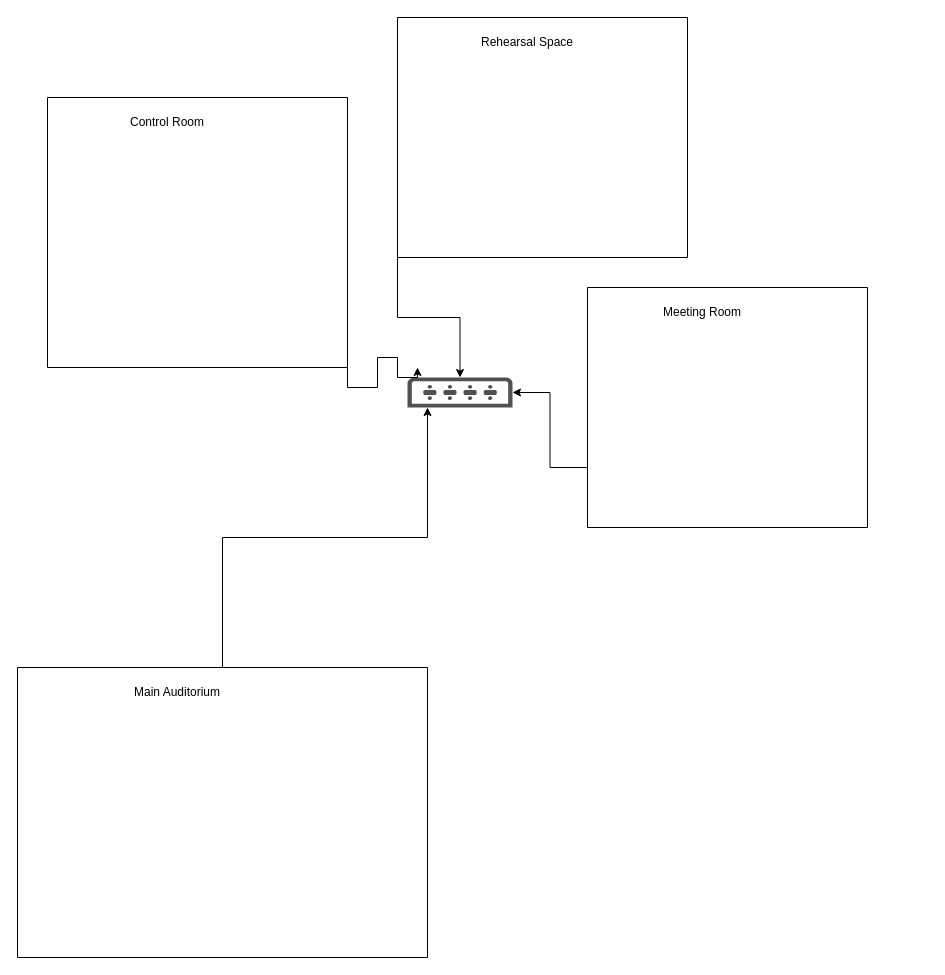
Above: Untitled Diagram.drawio in Lynn-nashe/Lynn-nashe (draw.io), before the change. Source tidied: cells renumbered, new cells numbered last; positions are measured from the earlier drawing's top-left corner, leaving out a move shared by most shapes. Both pictures are drawn from the tidied source at 100%, with x=0, y=0 at pixel (17, 17).
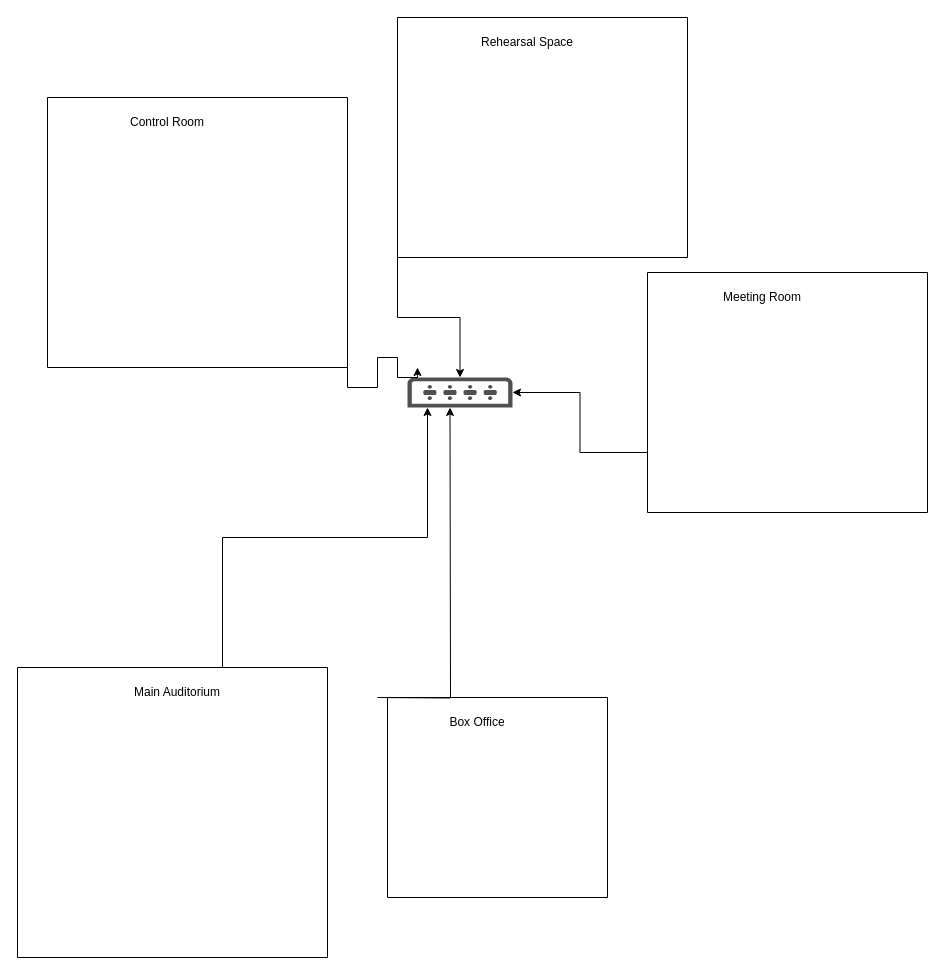
After the change.

What changed in the source:
```diff
@@
     <mxCell id="10" style="swimlane;startSize=0;" parent="1" vertex="1">
-      <mxGeometry x="570" y="270" width="280" height="240" as="geometry" />
+      <mxGeometry x="630" y="255" width="280" height="240" as="geometry" />
     </mxCell>
@@
     <mxCell id="13" style="swimlane;startSize=0;" parent="1" vertex="1">
-      <mxGeometry y="650" width="410" height="290" as="geometry" />
+      <mxGeometry y="650" width="310" height="290" as="geometry" />
     </mxCell>
@@
+    <mxCell id="15" style="edgeStyle=orthogonalEdgeStyle;rounded=0;orthogonalLoop=1;jettySize=auto;html=1;exitX=0;exitY=0;exitDx=0;exitDy=0;" parent="1" edge="1">
+      <mxGeometry relative="1" as="geometry">
+        <mxPoint x="360" y="680" as="sourcePoint" />
+        <mxPoint x="432.5" y="390" as="targetPoint" />
+      </mxGeometry>
+    </mxCell>
+    <mxCell id="16" style="swimlane;startSize=0;" parent="1" vertex="1">
+      <mxGeometry x="370" y="680" width="220" height="200" as="geometry" />
+    </mxCell>
+    <mxCell id="17" value="Box Office" style="text;html=1;align=center;verticalAlign=middle;whiteSpace=wrap;rounded=0;" parent="16" vertex="1">
+      <mxGeometry x="20" y="10" width="140" height="30" as="geometry" />
+    </mxCell>
```
